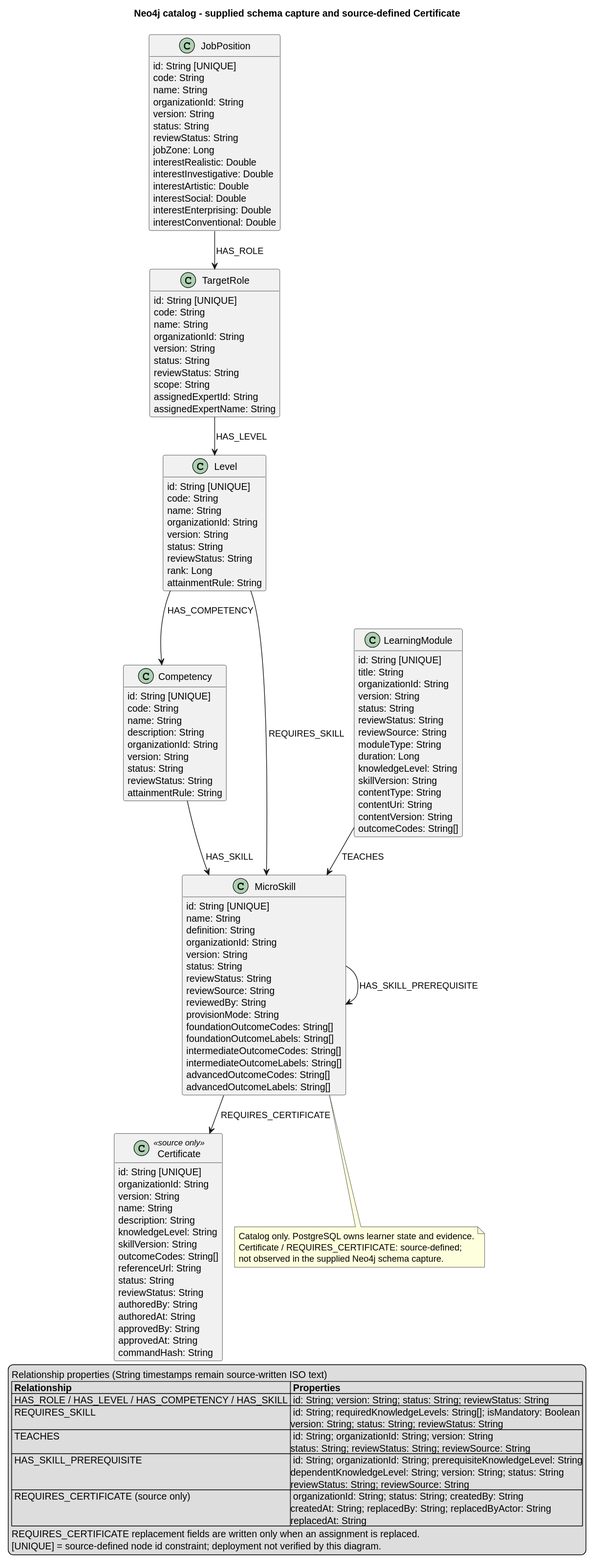
Before: documents/diagrams/neo4j.svg, a diagram exported from PlantUML (SEP490-Fall-2026-GFA26SE64/SEP490).
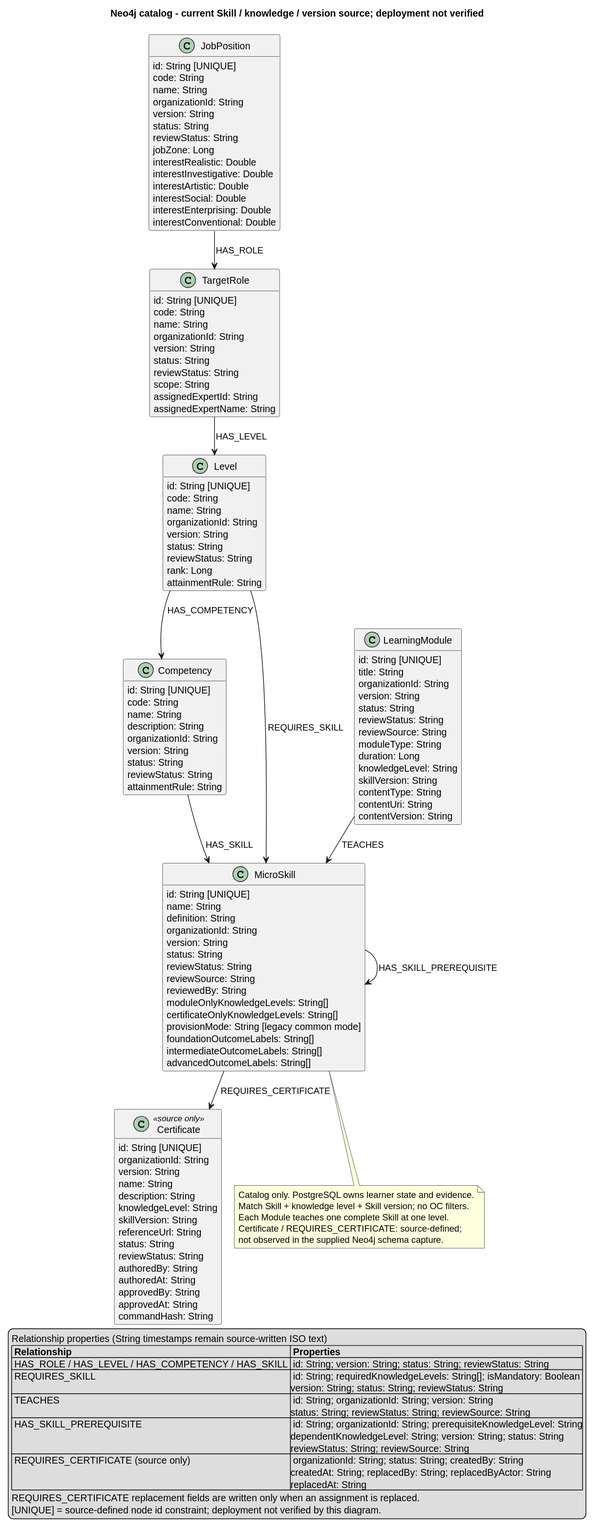
Above is the later version.

The edit, as a diff of the source:
```diff
@@ -6,7 +6,7 @@
 skinparam shadowing false
 skinparam nodesep 80
 skinparam ranksep 65
-title Neo4j catalog - supplied schema capture and source-defined Certificate
+title Neo4j catalog - current Skill / knowledge / version source; deployment not verified
 class JobPosition {
   id: String [UNIQUE]
   code: String
@@ -67,12 +67,11 @@
   reviewStatus: String
   reviewSource: String
   reviewedBy: String
-  provisionMode: String
-  foundationOutcomeCodes: String[]
+  moduleOnlyKnowledgeLevels: String[]
+  certificateOnlyKnowledgeLevels: String[]
+  provisionMode: String [legacy common mode]
   foundationOutcomeLabels: String[]
-  intermediateOutcomeCodes: String[]
   intermediateOutcomeLabels: String[]
-  advancedOutcomeCodes: String[]
   advancedOutcomeLabels: String[]
 }
 class LearningModule {
@@ -90,7 +89,6 @@
   contentType: String
   contentUri: String
   contentVersion: String
-  outcomeCodes: String[]
 }
 class Certificate <<source only>> {
   id: String [UNIQUE]
@@ -100,7 +98,6 @@
   description: String
   knowledgeLevel: String
   skillVersion: String
-  outcomeCodes: String[]
   referenceUrl: String
   status: String
   reviewStatus: String
@@ -120,6 +117,8 @@
 MicroSkill --> Certificate : REQUIRES_CERTIFICATE
 note bottom of MicroSkill
   Catalog only. PostgreSQL owns learner state and evidence.
+  Match Skill + knowledge level + Skill version; no OC filters.
+  Each Module teaches one complete Skill at one level.
   Certificate / REQUIRES_CERTIFICATE: source-defined;
   not observed in the supplied Neo4j schema capture.
 end note
```
